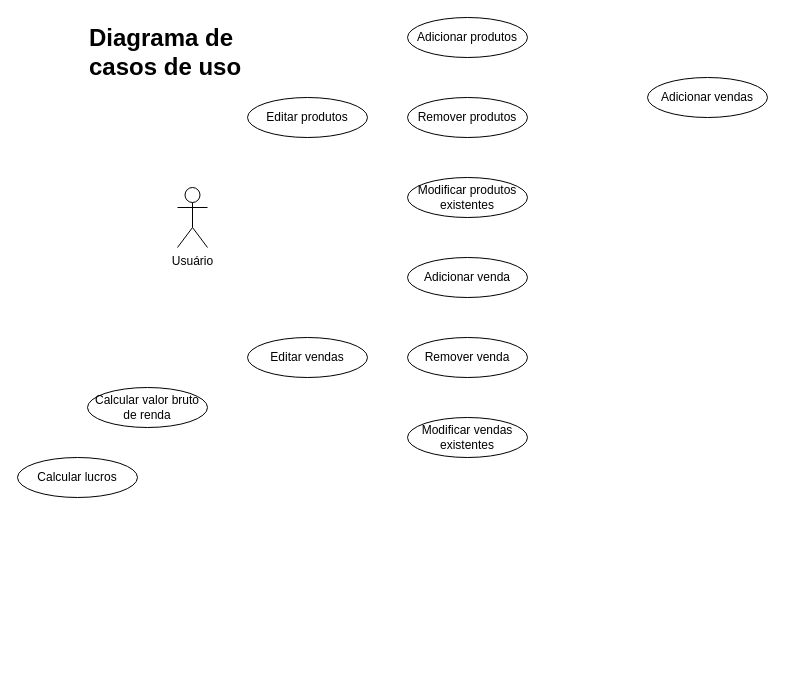
Earlier version of the draw.io diagram IceProject.drawio (JBradachi/IceProject). Source tidied: cells renumbered, new cells numbered last; positions are measured from the earlier drawing's top-left corner, leaving out a move shared by most shapes. Both pictures are drawn from the tidied source at 100%, with x=0, y=0 at pixel (17, 17).
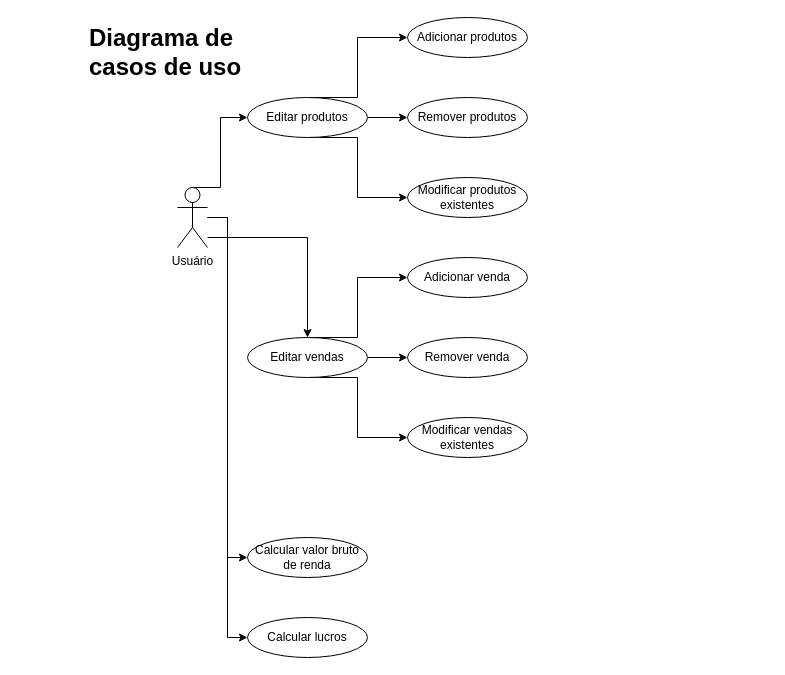
After the change.

The change refers to these unchanged cells:
```xml
<mxCell id="3" value="Usuário" style="shape=umlActor;verticalLabelPosition=bottom;verticalAlign=top;html=1;outlineConnect=0;" parent="1" vertex="1">
  <mxGeometry x="160" y="170" width="30" height="60" as="geometry" />
</mxCell>
<mxCell id="4" value="Adicionar produtos" style="ellipse;whiteSpace=wrap;html=1;" parent="1" vertex="1">
  <mxGeometry x="390" width="120" height="40" as="geometry" />
</mxCell>
<mxCell id="5" value="Remover produtos" style="ellipse;whiteSpace=wrap;html=1;" parent="1" vertex="1">
  <mxGeometry x="390" y="80" width="120" height="40" as="geometry" />
</mxCell>
<mxCell id="9" value="Editar produtos" style="ellipse;whiteSpace=wrap;html=1;" parent="1" vertex="1">
  <mxGeometry x="230" y="80" width="120" height="40" as="geometry" />
</mxCell>
<mxCell id="10" value="Modificar produtos existentes" style="ellipse;whiteSpace=wrap;html=1;" parent="1" vertex="1">
  <mxGeometry x="390" y="160" width="120" height="40" as="geometry" />
</mxCell>
<mxCell id="11" value="Editar vendas" style="ellipse;whiteSpace=wrap;html=1;" parent="1" vertex="1">
  <mxGeometry x="230" y="320" width="120" height="40" as="geometry" />
</mxCell>
<mxCell id="12" value="Adicionar venda" style="ellipse;whiteSpace=wrap;html=1;" parent="1" vertex="1">
  <mxGeometry x="390" y="240" width="120" height="40" as="geometry" />
</mxCell>
<mxCell id="13" value="Remover venda" style="ellipse;whiteSpace=wrap;html=1;" parent="1" vertex="1">
  <mxGeometry x="390" y="320" width="120" height="40" as="geometry" />
</mxCell>
<mxCell id="14" value="Modificar vendas existentes" style="ellipse;whiteSpace=wrap;html=1;" parent="1" vertex="1">
  <mxGeometry x="390" y="400" width="120" height="40" as="geometry" />
</mxCell>
```

What changed in the source:
```diff
@@
+    <mxCell id="15" style="edgeStyle=elbowEdgeStyle;rounded=0;jettySize=auto;html=1;exitX=0.5;exitY=0;exitDx=0;exitDy=0;exitPerimeter=0;entryX=0;entryY=0.5;entryDx=0;entryDy=0;" parent="1" edge="1" source="3" target="9">
+      <mxGeometry relative="1" as="geometry" />
+    </mxCell>
+    <mxCell id="16" style="edgeStyle=elbowEdgeStyle;rounded=0;jettySize=auto;html=1;entryX=0.5;entryY=0;entryDx=0;entryDy=0;" parent="1" edge="1" source="3" target="11">
+      <mxGeometry relative="1" as="geometry">
+        <Array as="points">
+          <mxPoint x="290" y="220" />
+        </Array>
+      </mxGeometry>
+    </mxCell>
+    <mxCell id="17" style="edgeStyle=elbowEdgeStyle;rounded=0;jettySize=auto;html=1;entryX=0;entryY=0.5;entryDx=0;entryDy=0;" parent="1" edge="1" source="3" target="7">
+      <mxGeometry relative="1" as="geometry" />
+    </mxCell>
+    <mxCell id="18" style="edgeStyle=elbowEdgeStyle;rounded=0;jettySize=auto;html=1;" parent="1" edge="1" source="3" target="8">
+      <mxGeometry relative="1" as="geometry" />
+    </mxCell>
@@
-    <mxCell id="6" value="Adicionar vendas" style="ellipse;whiteSpace=wrap;html=1;" parent="1" vertex="1">
-      <mxGeometry x="630" y="60" width="120" height="40" as="geometry" />
-    </mxCell>
     <mxCell id="7" value="Calcular valor bruto de renda" style="ellipse;whiteSpace=wrap;html=1;" parent="1" vertex="1">
-      <mxGeometry x="70" y="370" width="120" height="40" as="geometry" />
+      <mxGeometry x="230" y="520" width="120" height="40" as="geometry" />
     </mxCell>
     <mxCell id="8" value="Calcular lucros" style="ellipse;whiteSpace=wrap;html=1;" parent="1" vertex="1">
-      <mxGeometry y="440" width="120" height="40" as="geometry" />
+      <mxGeometry x="230" y="600" width="120" height="40" as="geometry" />
     </mxCell>
+    <mxCell id="19" style="edgeStyle=elbowEdgeStyle;rounded=0;jettySize=auto;html=1;exitX=0.5;exitY=1;exitDx=0;exitDy=0;entryX=0;entryY=0.5;entryDx=0;entryDy=0;" parent="1" edge="1" source="9" target="10">
+      <mxGeometry relative="1" as="geometry" />
+    </mxCell>
+    <mxCell id="20" style="edgeStyle=elbowEdgeStyle;rounded=0;jettySize=auto;html=1;exitX=1;exitY=0.5;exitDx=0;exitDy=0;entryX=0;entryY=0.5;entryDx=0;entryDy=0;" parent="1" edge="1" source="9" target="5">
+      <mxGeometry relative="1" as="geometry" />
+    </mxCell>
+    <mxCell id="21" style="edgeStyle=elbowEdgeStyle;rounded=0;jettySize=auto;html=1;exitX=0.5;exitY=0;exitDx=0;exitDy=0;entryX=0;entryY=0.5;entryDx=0;entryDy=0;" parent="1" edge="1" source="9" target="4">
+      <mxGeometry relative="1" as="geometry" />
+    </mxCell>
@@
+    <mxCell id="22" style="edgeStyle=elbowEdgeStyle;rounded=0;jettySize=auto;html=1;exitX=0.5;exitY=0;exitDx=0;exitDy=0;" parent="1" edge="1" source="11" target="12">
+      <mxGeometry relative="1" as="geometry" />
+    </mxCell>
+    <mxCell id="23" style="edgeStyle=elbowEdgeStyle;rounded=0;jettySize=auto;html=1;exitX=1;exitY=0.5;exitDx=0;exitDy=0;" parent="1" edge="1" source="11" target="13">
+      <mxGeometry relative="1" as="geometry" />
+    </mxCell>
+    <mxCell id="24" style="edgeStyle=elbowEdgeStyle;rounded=0;jettySize=auto;html=1;exitX=0.5;exitY=1;exitDx=0;exitDy=0;entryX=0;entryY=0.5;entryDx=0;entryDy=0;" parent="1" edge="1" source="11" target="14">
+      <mxGeometry relative="1" as="geometry" />
+    </mxCell>
```
